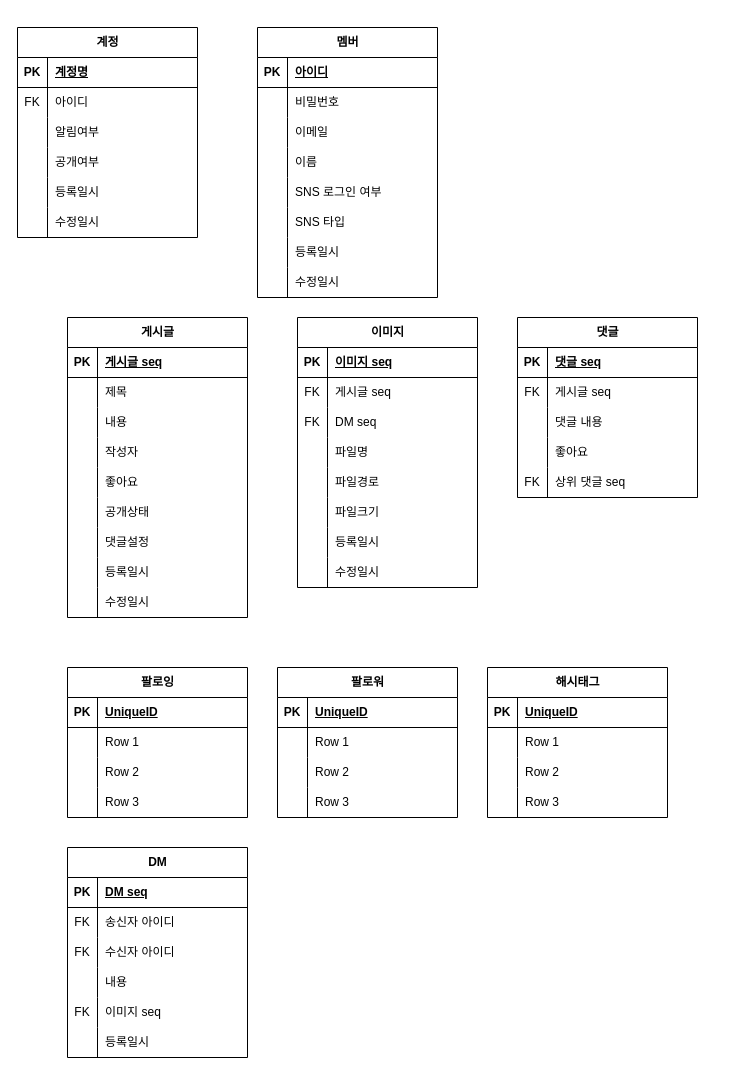
Before: jdd db.drawio in songheehee/add, a draw.io diagram. Source tidied: cells renumbered, new cells numbered last; positions are measured from the earlier drawing's top-left corner, leaving out a move shared by most shapes. Both pictures are drawn from the tidied source at 100%, with x=0, y=0 at pixel (17, 27).
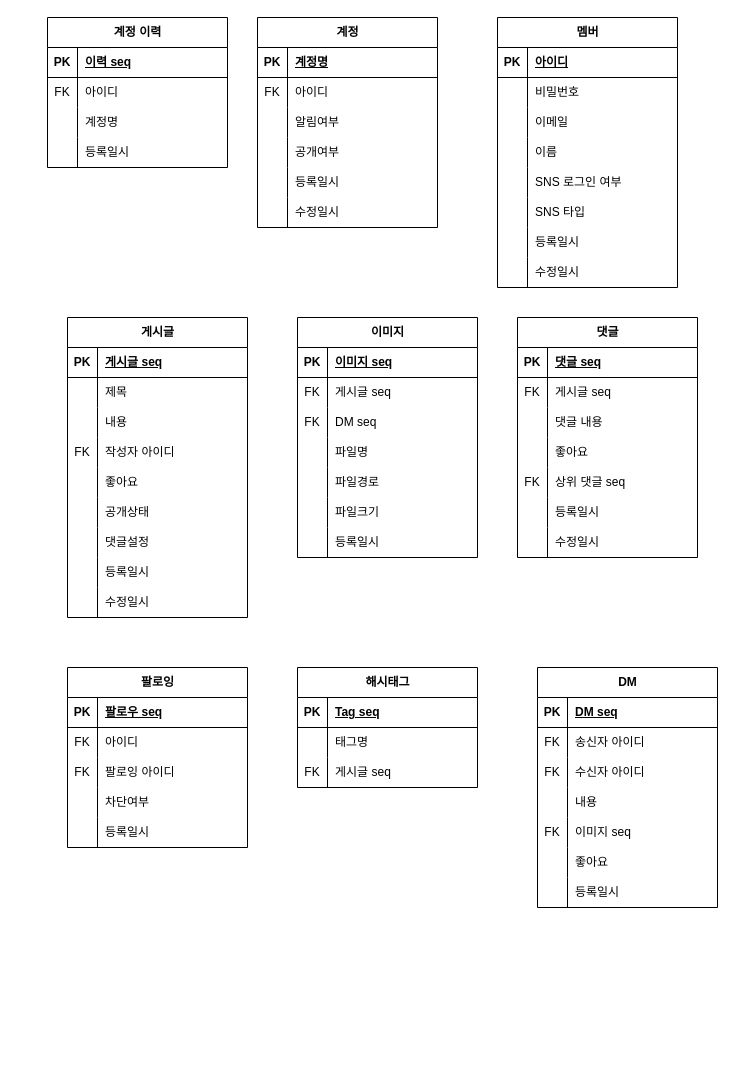
The same page after the edit.

The change refers to these unchanged cells:
```xml
<mxCell id="56" style="shape=tableRow;horizontal=0;startSize=0;swimlaneHead=0;swimlaneBody=0;fillColor=none;top=0;left=0;right=0;bottom=0;" parent="46" vertex="1">
  <mxGeometry y="120" width="180" height="30" as="geometry" />
</mxCell>
<mxCell id="116" style="shape=tableRow;horizontal=0;startSize=0;swimlaneHead=0;swimlaneBody=0;fillColor=none;top=0;left=0;right=0;bottom=1;" parent="115" vertex="1">
  <mxGeometry y="30" width="180" height="30" as="geometry" />
</mxCell>
<mxCell id="119" style="shape=tableRow;horizontal=0;startSize=0;swimlaneHead=0;swimlaneBody=0;fillColor=none;top=0;left=0;right=0;bottom=0;" parent="115" vertex="1">
  <mxGeometry y="60" width="180" height="30" as="geometry" />
</mxCell>
<mxCell id="122" style="shape=tableRow;horizontal=0;startSize=0;swimlaneHead=0;swimlaneBody=0;fillColor=none;top=0;left=0;right=0;bottom=0;" parent="115" vertex="1">
  <mxGeometry y="90" width="180" height="30" as="geometry" />
</mxCell>
<mxCell id="142" style="shape=tableRow;horizontal=0;startSize=0;swimlaneHead=0;swimlaneBody=0;fillColor=none;top=0;left=0;right=0;bottom=1;" parent="141" vertex="1">
  <mxGeometry y="30" width="180" height="30" as="geometry" />
</mxCell>
<mxCell id="145" style="shape=tableRow;horizontal=0;startSize=0;swimlaneHead=0;swimlaneBody=0;fillColor=none;top=0;left=0;right=0;bottom=0;" parent="141" vertex="1">
  <mxGeometry y="60" width="180" height="30" as="geometry" />
</mxCell>
<mxCell id="148" style="shape=tableRow;horizontal=0;startSize=0;swimlaneHead=0;swimlaneBody=0;fillColor=none;top=0;left=0;right=0;bottom=0;" parent="141" vertex="1">
  <mxGeometry y="90" width="180" height="30" as="geometry" />
</mxCell>
```

What changed in the source:
```diff
@@
     <mxCell id="2" value="계정" style="shape=table;startSize=30;childLayout=tableLayout;rowLines=0;fontStyle=1;align=center;html=1;" parent="1" vertex="1">
-      <mxGeometry width="180" height="210" as="geometry" />
+      <mxGeometry x="240" y="-10" width="180" height="210" as="geometry" />
     </mxCell>
@@
     <mxCell id="21" value="멤버" style="shape=table;startSize=30;childLayout=tableLayout;rowLines=0;fontStyle=1;align=center;html=1;" parent="1" vertex="1">
-      <mxGeometry x="240" width="180" height="270" as="geometry" />
+      <mxGeometry x="480" y="-10" width="180" height="270" as="geometry" />
     </mxCell>
@@
-    <mxCell id="57" style="shape=partialRectangle;fillColor=none;top=0;left=0;bottom=0;right=0;overflow=hidden;whiteSpace=wrap;html=1;" parent="56" vertex="1">
+    <mxCell id="57" value="FK" style="shape=partialRectangle;fillColor=none;top=0;left=0;bottom=0;right=0;overflow=hidden;whiteSpace=wrap;html=1;" parent="56" vertex="1">
       <mxGeometry width="30" height="30" as="geometry" />
     </mxCell>
-    <mxCell id="58" value="작성자" style="shape=partialRectangle;fillColor=none;top=0;left=0;bottom=0;right=0;align=left;spacingLeft=6;overflow=hidden;whiteSpace=wrap;html=1;" parent="56" vertex="1">
+    <mxCell id="58" value="작성자 아이디" style="shape=partialRectangle;fillColor=none;top=0;left=0;bottom=0;right=0;align=left;spacingLeft=6;overflow=hidden;whiteSpace=wrap;html=1;" parent="56" vertex="1">
       <mxGeometry x="30" width="150" height="30" as="geometry" />
     </mxCell>
@@
     <mxCell id="74" value="이미지" style="shape=table;startSize=30;childLayout=tableLayout;rowLines=0;fontStyle=1;align=center;html=1;" parent="1" vertex="1">
-      <mxGeometry x="280" y="290" width="180" height="270" as="geometry" />
+      <mxGeometry x="280" y="290" width="180" height="240" as="geometry" />
     </mxCell>
@@
-    <mxCell id="96" style="shape=tableRow;horizontal=0;startSize=0;swimlaneHead=0;swimlaneBody=0;fillColor=none;top=0;left=0;right=0;bottom=0;" parent="74" vertex="1">
-      <mxGeometry y="240" width="180" height="30" as="geometry" />
-    </mxCell>
-    <mxCell id="97" style="shape=partialRectangle;fillColor=none;top=0;left=0;bottom=0;right=0;overflow=hidden;whiteSpace=wrap;html=1;" parent="96" vertex="1">
-      <mxGeometry width="30" height="30" as="geometry" />
-    </mxCell>
-    <mxCell id="98" value="수정일시" style="shape=partialRectangle;fillColor=none;top=0;left=0;bottom=0;right=0;align=left;spacingLeft=6;overflow=hidden;whiteSpace=wrap;html=1;" parent="96" vertex="1">
-      <mxGeometry x="30" width="150" height="30" as="geometry" />
-    </mxCell>
     <mxCell id="99" value="댓글" style="shape=table;startSize=30;childLayout=tableLayout;rowLines=0;fontStyle=1;align=center;html=1;" parent="1" vertex="1">
-      <mxGeometry x="500" y="290" width="180" height="180" as="geometry" />
+      <mxGeometry x="500" y="290" width="180" height="240" as="geometry" />
     </mxCell>
@@
+    <mxCell id="173" style="shape=tableRow;horizontal=0;startSize=0;swimlaneHead=0;swimlaneBody=0;fillColor=none;top=0;left=0;right=0;bottom=0;" parent="99" vertex="1">
+      <mxGeometry y="180" width="180" height="30" as="geometry" />
+    </mxCell>
+    <mxCell id="174" style="shape=partialRectangle;fillColor=none;top=0;left=0;bottom=0;right=0;overflow=hidden;whiteSpace=wrap;html=1;" parent="173" vertex="1">
+      <mxGeometry width="30" height="30" as="geometry" />
+    </mxCell>
+    <mxCell id="175" value="등록일시" style="shape=partialRectangle;fillColor=none;top=0;left=0;bottom=0;right=0;align=left;spacingLeft=6;overflow=hidden;whiteSpace=wrap;html=1;" parent="173" vertex="1">
+      <mxGeometry x="30" width="150" height="30" as="geometry" />
+    </mxCell>
+    <mxCell id="176" style="shape=tableRow;horizontal=0;startSize=0;swimlaneHead=0;swimlaneBody=0;fillColor=none;top=0;left=0;right=0;bottom=0;" parent="99" vertex="1">
+      <mxGeometry y="210" width="180" height="30" as="geometry" />
+    </mxCell>
+    <mxCell id="177" style="shape=partialRectangle;fillColor=none;top=0;left=0;bottom=0;right=0;overflow=hidden;whiteSpace=wrap;html=1;" parent="176" vertex="1">
+      <mxGeometry width="30" height="30" as="geometry" />
+    </mxCell>
+    <mxCell id="98" value="수정일시" style="shape=partialRectangle;fillColor=none;top=0;left=0;bottom=0;right=0;align=left;spacingLeft=6;overflow=hidden;whiteSpace=wrap;html=1;" parent="176" vertex="1">
+      <mxGeometry x="30" width="150" height="30" as="geometry" />
+    </mxCell>
     <mxCell id="115" value="팔로잉" style="shape=table;startSize=30;childLayout=tableLayout;rowLines=0;fontStyle=1;align=center;html=1;" parent="1" vertex="1">
-      <mxGeometry x="50" y="640" width="180" height="150" as="geometry" />
+      <mxGeometry x="50" y="640" width="180" height="180" as="geometry" />
     </mxCell>
@@
-    <mxCell id="118" value="UniqueID" style="shape=partialRectangle;fillColor=none;top=0;left=0;bottom=0;right=0;align=left;spacingLeft=6;fontStyle=5;overflow=hidden;whiteSpace=wrap;html=1;" parent="116" vertex="1">
+    <mxCell id="118" value="팔로우 seq" style="shape=partialRectangle;fillColor=none;top=0;left=0;bottom=0;right=0;align=left;spacingLeft=6;fontStyle=5;overflow=hidden;whiteSpace=wrap;html=1;" parent="116" vertex="1">
       <mxGeometry x="30" width="150" height="30" as="geometry" />
     </mxCell>
@@
-    <mxCell id="120" style="shape=partialRectangle;fillColor=none;top=0;left=0;bottom=0;right=0;overflow=hidden;whiteSpace=wrap;html=1;" parent="119" vertex="1">
+    <mxCell id="120" value="FK" style="shape=partialRectangle;fillColor=none;top=0;left=0;bottom=0;right=0;overflow=hidden;whiteSpace=wrap;html=1;" parent="119" vertex="1">
       <mxGeometry width="30" height="30" as="geometry" />
     </mxCell>
-    <mxCell id="121" value="Row 1" style="shape=partialRectangle;fillColor=none;top=0;left=0;bottom=0;right=0;align=left;spacingLeft=6;overflow=hidden;whiteSpace=wrap;html=1;" parent="119" vertex="1">
+    <mxCell id="121" value="아이디" style="shape=partialRectangle;fillColor=none;top=0;left=0;bottom=0;right=0;align=left;spacingLeft=6;overflow=hidden;whiteSpace=wrap;html=1;" parent="119" vertex="1">
       <mxGeometry x="30" width="150" height="30" as="geometry" />
     </mxCell>
@@
-    <mxCell id="123" style="shape=partialRectangle;fillColor=none;top=0;left=0;bottom=0;right=0;overflow=hidden;whiteSpace=wrap;html=1;" parent="122" vertex="1">
+    <mxCell id="123" value="FK" style="shape=partialRectangle;fillColor=none;top=0;left=0;bottom=0;right=0;overflow=hidden;whiteSpace=wrap;html=1;" parent="122" vertex="1">
       <mxGeometry width="30" height="30" as="geometry" />
     </mxCell>
-    <mxCell id="124" value="Row 2" style="shape=partialRectangle;fillColor=none;top=0;left=0;bottom=0;right=0;align=left;spacingLeft=6;overflow=hidden;whiteSpace=wrap;html=1;" parent="122" vertex="1">
+    <mxCell id="124" value="팔로잉 아이디" style="shape=partialRectangle;fillColor=none;top=0;left=0;bottom=0;right=0;align=left;spacingLeft=6;overflow=hidden;whiteSpace=wrap;html=1;" parent="122" vertex="1">
       <mxGeometry x="30" width="150" height="30" as="geometry" />
     </mxCell>
+    <mxCell id="178" style="shape=tableRow;horizontal=0;startSize=0;swimlaneHead=0;swimlaneBody=0;fillColor=none;top=0;left=0;right=0;bottom=0;" parent="115" vertex="1">
+      <mxGeometry y="120" width="180" height="30" as="geometry" />
+    </mxCell>
+    <mxCell id="179" style="shape=partialRectangle;fillColor=none;top=0;left=0;bottom=0;right=0;overflow=hidden;whiteSpace=wrap;html=1;" parent="178" vertex="1">
+      <mxGeometry width="30" height="30" as="geometry" />
+    </mxCell>
+    <mxCell id="180" value="차단여부" style="shape=partialRectangle;fillColor=none;top=0;left=0;bottom=0;right=0;align=left;spacingLeft=6;overflow=hidden;whiteSpace=wrap;html=1;" parent="178" vertex="1">
+      <mxGeometry x="30" width="150" height="30" as="geometry" />
+    </mxCell>
     <mxCell id="125" style="shape=tableRow;horizontal=0;startSize=0;swimlaneHead=0;swimlaneBody=0;fillColor=none;top=0;left=0;right=0;bottom=0;" parent="115" vertex="1">
-      <mxGeometry y="120" width="180" height="30" as="geometry" />
+      <mxGeometry y="150" width="180" height="30" as="geometry" />
     </mxCell>
@@
-    <mxCell id="127" value="Row 3" style="shape=partialRectangle;fillColor=none;top=0;left=0;bottom=0;right=0;align=left;spacingLeft=6;overflow=hidden;whiteSpace=wrap;html=1;" parent="125" vertex="1">
+    <mxCell id="127" value="등록일시" style="shape=partialRectangle;fillColor=none;top=0;left=0;bottom=0;right=0;align=left;spacingLeft=6;overflow=hidden;whiteSpace=wrap;html=1;" parent="125" vertex="1">
       <mxGeometry x="30" width="150" height="30" as="geometry" />
     </mxCell>
-    <mxCell id="128" value="팔로워" style="shape=table;startSize=30;childLayout=tableLayout;rowLines=0;fontStyle=1;align=center;html=1;" parent="1" vertex="1">
-      <mxGeometry x="260" y="640" width="180" height="150" as="geometry" />
-    </mxCell>
-    <mxCell id="129" style="shape=tableRow;horizontal=0;startSize=0;swimlaneHead=0;swimlaneBody=0;fillColor=none;top=0;left=0;right=0;bottom=1;" parent="128" vertex="1">
-      <mxGeometry y="30" width="180" height="30" as="geometry" />
-    </mxCell>
-    <mxCell id="130" value="PK" style="shape=partialRectangle;fillColor=none;top=0;left=0;bottom=0;right=0;fontStyle=1;overflow=hidden;whiteSpace=wrap;html=1;" parent="129" vertex="1">
-      <mxGeometry width="30" height="30" as="geometry" />
-    </mxCell>
-    <mxCell id="131" value="UniqueID" style="shape=partialRectangle;fillColor=none;top=0;left=0;bottom=0;right=0;align=left;spacingLeft=6;fontStyle=5;overflow=hidden;whiteSpace=wrap;html=1;" parent="129" vertex="1">
-      <mxGeometry x="30" width="150" height="30" as="geometry" />
-    </mxCell>
-    <mxCell id="132" style="shape=tableRow;horizontal=0;startSize=0;swimlaneHead=0;swimlaneBody=0;fillColor=none;top=0;left=0;right=0;bottom=0;" parent="128" vertex="1">
-      <mxGeometry y="60" width="180" height="30" as="geometry" />
-    </mxCell>
-    <mxCell id="133" style="shape=partialRectangle;fillColor=none;top=0;left=0;bottom=0;right=0;overflow=hidden;whiteSpace=wrap;html=1;" parent="132" vertex="1">
-      <mxGeometry width="30" height="30" as="geometry" />
-    </mxCell>
-    <mxCell id="134" value="Row 1" style="shape=partialRectangle;fillColor=none;top=0;left=0;bottom=0;right=0;align=left;spacingLeft=6;overflow=hidden;whiteSpace=wrap;html=1;" parent="132" vertex="1">
-      <mxGeometry x="30" width="150" height="30" as="geometry" />
-    </mxCell>
-    <mxCell id="135" style="shape=tableRow;horizontal=0;startSize=0;swimlaneHead=0;swimlaneBody=0;fillColor=none;top=0;left=0;right=0;bottom=0;" parent="128" vertex="1">
-      <mxGeometry y="90" width="180" height="30" as="geometry" />
-    </mxCell>
-    <mxCell id="136" style="shape=partialRectangle;fillColor=none;top=0;left=0;bottom=0;right=0;overflow=hidden;whiteSpace=wrap;html=1;" parent="135" vertex="1">
-      <mxGeometry width="30" height="30" as="geometry" />
-    </mxCell>
-    <mxCell id="137" value="Row 2" style="shape=partialRectangle;fillColor=none;top=0;left=0;bottom=0;right=0;align=left;spacingLeft=6;overflow=hidden;whiteSpace=wrap;html=1;" parent="135" vertex="1">
-      <mxGeometry x="30" width="150" height="30" as="geometry" />
-    </mxCell>
-    <mxCell id="138" style="shape=tableRow;horizontal=0;startSize=0;swimlaneHead=0;swimlaneBody=0;fillColor=none;top=0;left=0;right=0;bottom=0;" parent="128" vertex="1">
-      <mxGeometry y="120" width="180" height="30" as="geometry" />
-    </mxCell>
-    <mxCell id="139" style="shape=partialRectangle;fillColor=none;top=0;left=0;bottom=0;right=0;overflow=hidden;whiteSpace=wrap;html=1;" parent="138" vertex="1">
-      <mxGeometry width="30" height="30" as="geometry" />
-    </mxCell>
-    <mxCell id="140" value="Row 3" style="shape=partialRectangle;fillColor=none;top=0;left=0;bottom=0;right=0;align=left;spacingLeft=6;overflow=hidden;whiteSpace=wrap;html=1;" parent="138" vertex="1">
-      <mxGeometry x="30" width="150" height="30" as="geometry" />
-    </mxCell>
     <mxCell id="141" value="해시태그" style="shape=table;startSize=30;childLayout=tableLayout;rowLines=0;fontStyle=1;align=center;html=1;" parent="1" vertex="1">
-      <mxGeometry x="470" y="640" width="180" height="150" as="geometry" />
+      <mxGeometry x="280" y="640" width="180" height="120" as="geometry" />
     </mxCell>
@@
-    <mxCell id="144" value="UniqueID" style="shape=partialRectangle;fillColor=none;top=0;left=0;bottom=0;right=0;align=left;spacingLeft=6;fontStyle=5;overflow=hidden;whiteSpace=wrap;html=1;" parent="142" vertex="1">
+    <mxCell id="144" value="Tag seq" style="shape=partialRectangle;fillColor=none;top=0;left=0;bottom=0;right=0;align=left;spacingLeft=6;fontStyle=5;overflow=hidden;whiteSpace=wrap;html=1;" parent="142" vertex="1">
       <mxGeometry x="30" width="150" height="30" as="geometry" />
     </mxCell>
@@
-    <mxCell id="147" value="Row 1" style="shape=partialRectangle;fillColor=none;top=0;left=0;bottom=0;right=0;align=left;spacingLeft=6;overflow=hidden;whiteSpace=wrap;html=1;" parent="145" vertex="1">
+    <mxCell id="147" value="태그명" style="shape=partialRectangle;fillColor=none;top=0;left=0;bottom=0;right=0;align=left;spacingLeft=6;overflow=hidden;whiteSpace=wrap;html=1;" parent="145" vertex="1">
       <mxGeometry x="30" width="150" height="30" as="geometry" />
     </mxCell>
@@
-    <mxCell id="149" style="shape=partialRectangle;fillColor=none;top=0;left=0;bottom=0;right=0;overflow=hidden;whiteSpace=wrap;html=1;" parent="148" vertex="1">
+    <mxCell id="149" value="FK" style="shape=partialRectangle;fillColor=none;top=0;left=0;bottom=0;right=0;overflow=hidden;whiteSpace=wrap;html=1;" parent="148" vertex="1">
       <mxGeometry width="30" height="30" as="geometry" />
     </mxCell>
-    <mxCell id="150" value="Row 2" style="shape=partialRectangle;fillColor=none;top=0;left=0;bottom=0;right=0;align=left;spacingLeft=6;overflow=hidden;whiteSpace=wrap;html=1;" parent="148" vertex="1">
+    <mxCell id="150" value="게시글 seq" style="shape=partialRectangle;fillColor=none;top=0;left=0;bottom=0;right=0;align=left;spacingLeft=6;overflow=hidden;whiteSpace=wrap;html=1;" parent="148" vertex="1">
       <mxGeometry x="30" width="150" height="30" as="geometry" />
     </mxCell>
-    <mxCell id="151" style="shape=tableRow;horizontal=0;startSize=0;swimlaneHead=0;swimlaneBody=0;fillColor=none;top=0;left=0;right=0;bottom=0;" parent="141" vertex="1">
-      <mxGeometry y="120" width="180" height="30" as="geometry" />
-    </mxCell>
-    <mxCell id="152" style="shape=partialRectangle;fillColor=none;top=0;left=0;bottom=0;right=0;overflow=hidden;whiteSpace=wrap;html=1;" parent="151" vertex="1">
-      <mxGeometry width="30" height="30" as="geometry" />
-    </mxCell>
-    <mxCell id="153" value="Row 3" style="shape=partialRectangle;fillColor=none;top=0;left=0;bottom=0;right=0;align=left;spacingLeft=6;overflow=hidden;whiteSpace=wrap;html=1;" parent="151" vertex="1">
-      <mxGeometry x="30" width="150" height="30" as="geometry" />
-    </mxCell>
     <mxCell id="154" value="DM" style="shape=table;startSize=30;childLayout=tableLayout;rowLines=0;fontStyle=1;align=center;html=1;" parent="1" vertex="1">
-      <mxGeometry x="50" y="820" width="180" height="210" as="geometry" />
+      <mxGeometry x="520" y="640" width="180" height="240" as="geometry" />
     </mxCell>
@@
+    <mxCell id="181" style="shape=tableRow;horizontal=0;startSize=0;swimlaneHead=0;swimlaneBody=0;fillColor=none;top=0;left=0;right=0;bottom=0;" parent="154" vertex="1">
+      <mxGeometry y="180" width="180" height="30" as="geometry" />
+    </mxCell>
+    <mxCell id="182" style="shape=partialRectangle;fillColor=none;top=0;left=0;bottom=0;right=0;overflow=hidden;whiteSpace=wrap;html=1;" parent="181" vertex="1">
+      <mxGeometry width="30" height="30" as="geometry" />
+    </mxCell>
+    <mxCell id="183" value="좋아요" style="shape=partialRectangle;fillColor=none;top=0;left=0;bottom=0;right=0;align=left;spacingLeft=6;overflow=hidden;whiteSpace=wrap;html=1;" parent="181" vertex="1">
+      <mxGeometry x="30" width="150" height="30" as="geometry" />
+    </mxCell>
     <mxCell id="170" style="shape=tableRow;horizontal=0;startSize=0;swimlaneHead=0;swimlaneBody=0;fillColor=none;top=0;left=0;right=0;bottom=0;" parent="154" vertex="1">
-      <mxGeometry y="180" width="180" height="30" as="geometry" />
+      <mxGeometry y="210" width="180" height="30" as="geometry" />
     </mxCell>
@@
+    <mxCell id="184" value="계정 이력" style="shape=table;startSize=30;childLayout=tableLayout;rowLines=0;fontStyle=1;align=center;html=1;" parent="1" vertex="1">
+      <mxGeometry x="30" y="-10" width="180" height="150" as="geometry" />
+    </mxCell>
+    <mxCell id="129" style="shape=tableRow;horizontal=0;startSize=0;swimlaneHead=0;swimlaneBody=0;fillColor=none;top=0;left=0;right=0;bottom=1;" parent="184" vertex="1">
+      <mxGeometry y="30" width="180" height="30" as="geometry" />
+    </mxCell>
+    <mxCell id="130" value="PK" style="shape=partialRectangle;fillColor=none;top=0;left=0;bottom=0;right=0;fontStyle=1;overflow=hidden;whiteSpace=wrap;html=1;" parent="129" vertex="1">
+      <mxGeometry width="30" height="30" as="geometry" />
+    </mxCell>
+    <mxCell id="185" value="이력 seq" style="shape=partialRectangle;fillColor=none;top=0;left=0;bottom=0;right=0;align=left;spacingLeft=6;fontStyle=5;overflow=hidden;whiteSpace=wrap;html=1;" parent="129" vertex="1">
+      <mxGeometry x="30" width="150" height="30" as="geometry" />
+    </mxCell>
+    <mxCell id="132" style="shape=tableRow;horizontal=0;startSize=0;swimlaneHead=0;swimlaneBody=0;fillColor=none;top=0;left=0;right=0;bottom=0;" parent="184" vertex="1">
+      <mxGeometry y="60" width="180" height="30" as="geometry" />
+    </mxCell>
+    <mxCell id="186" value="FK" style="shape=partialRectangle;fillColor=none;top=0;left=0;bottom=0;right=0;overflow=hidden;whiteSpace=wrap;html=1;" parent="132" vertex="1">
+      <mxGeometry width="30" height="30" as="geometry" />
+    </mxCell>
+    <mxCell id="187" value="아이디" style="shape=partialRectangle;fillColor=none;top=0;left=0;bottom=0;right=0;align=left;spacingLeft=6;overflow=hidden;whiteSpace=wrap;html=1;" parent="132" vertex="1">
+      <mxGeometry x="30" width="150" height="30" as="geometry" />
+    </mxCell>
+    <mxCell id="135" style="shape=tableRow;horizontal=0;startSize=0;swimlaneHead=0;swimlaneBody=0;fillColor=none;top=0;left=0;right=0;bottom=0;" parent="184" vertex="1">
+      <mxGeometry y="90" width="180" height="30" as="geometry" />
+    </mxCell>
+    <mxCell id="188" style="shape=partialRectangle;fillColor=none;top=0;left=0;bottom=0;right=0;overflow=hidden;whiteSpace=wrap;html=1;" parent="135" vertex="1">
+      <mxGeometry width="30" height="30" as="geometry" />
+    </mxCell>
+    <mxCell id="189" value="계정명" style="shape=partialRectangle;fillColor=none;top=0;left=0;bottom=0;right=0;align=left;spacingLeft=6;overflow=hidden;whiteSpace=wrap;html=1;" parent="135" vertex="1">
+      <mxGeometry x="30" width="150" height="30" as="geometry" />
+    </mxCell>
+    <mxCell id="190" style="shape=tableRow;horizontal=0;startSize=0;swimlaneHead=0;swimlaneBody=0;fillColor=none;top=0;left=0;right=0;bottom=0;" parent="184" vertex="1">
+      <mxGeometry y="120" width="180" height="30" as="geometry" />
+    </mxCell>
+    <mxCell id="191" style="shape=partialRectangle;fillColor=none;top=0;left=0;bottom=0;right=0;overflow=hidden;whiteSpace=wrap;html=1;" parent="190" vertex="1">
+      <mxGeometry width="30" height="30" as="geometry" />
+    </mxCell>
+    <mxCell id="192" value="등록일시" style="shape=partialRectangle;fillColor=none;top=0;left=0;bottom=0;right=0;align=left;spacingLeft=6;overflow=hidden;whiteSpace=wrap;html=1;" parent="190" vertex="1">
+      <mxGeometry x="30" width="150" height="30" as="geometry" />
+    </mxCell>
```
